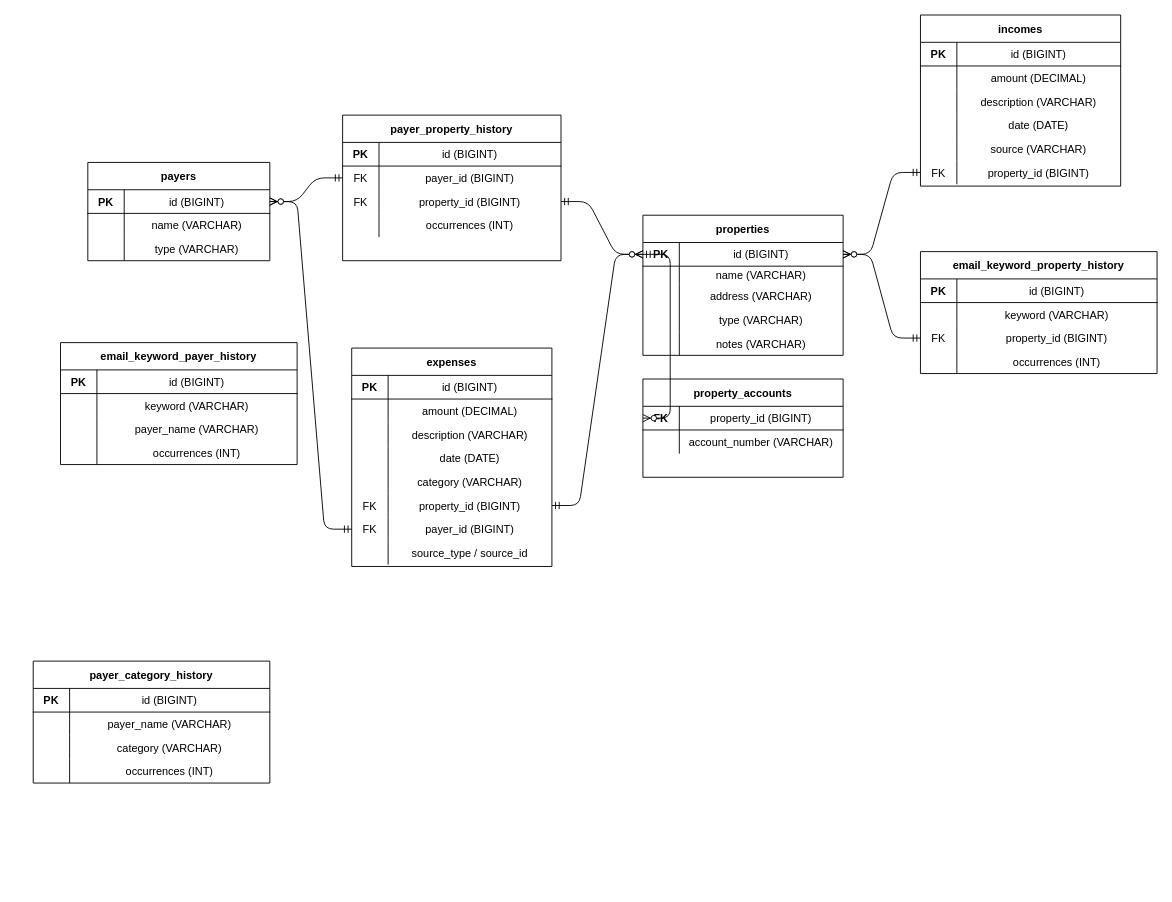
Earlier version of the draw.io diagram diagrams/erd.drawio (jinloes/bookie). Source tidied: cells renumbered, new cells numbered last; positions are measured from the earlier drawing's top-left corner, leaving out a move shared by most shapes. Both pictures are drawn from the tidied source at 91%, with x=0, y=0 at pixel (33, 15).
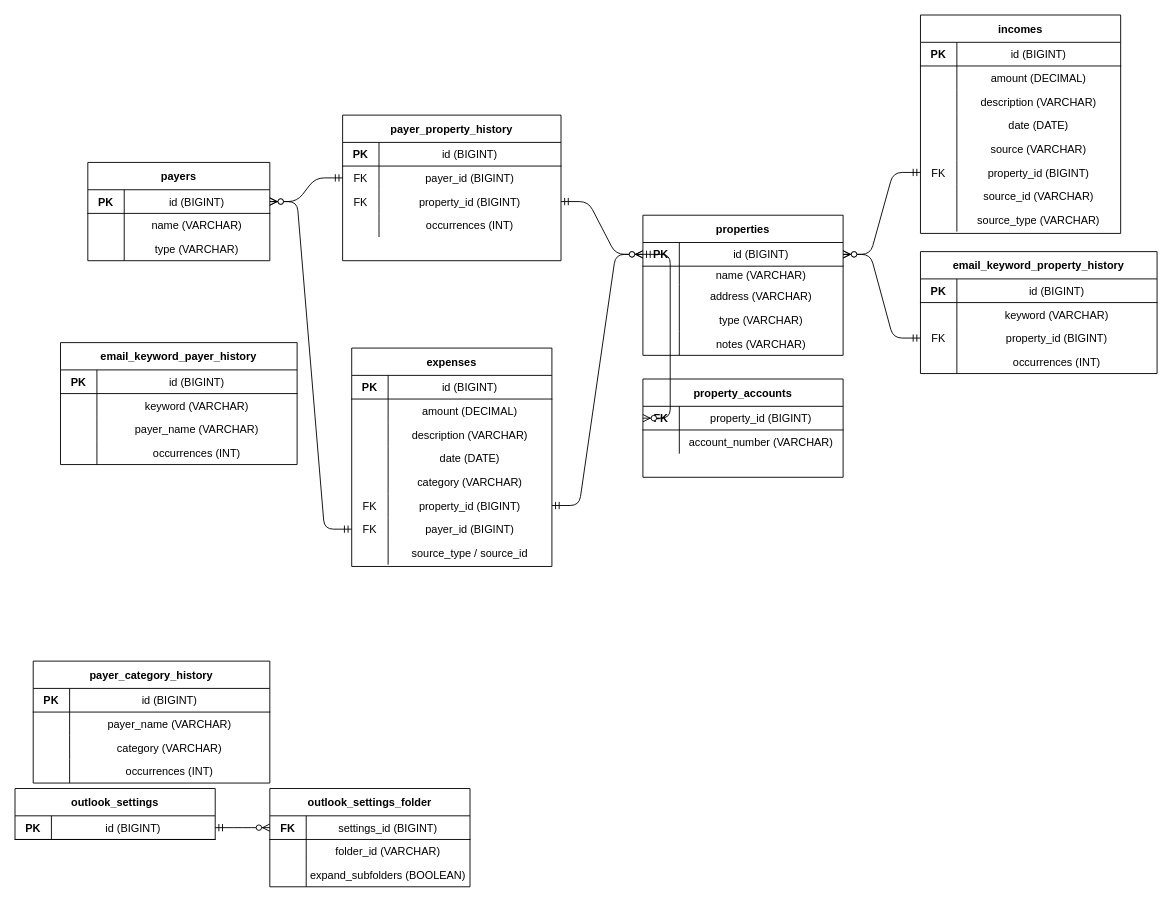
The same page after the edit.

Diff of the diagram source:
```diff
@@
     <mxCell id="53" value="incomes" style="shape=table;startSize=30;childLayout=tableLayout;rowLines=0;fontStyle=1;align=center;" parent="1" vertex="1">
-      <mxGeometry x="975" width="220" height="188" as="geometry" />
+      <mxGeometry x="975" width="220" height="240" as="geometry" />
     </mxCell>
@@
+    <mxCell id="138" style="shape=tableRow;horizontal=0;startSize=0;swimlaneHead=0;swimlaneBody=0;fillColor=none;fontSize=12;top=0;left=0;right=0;bottom=0;" parent="53" vertex="1">
+      <mxGeometry y="186" width="220" height="26" as="geometry" />
+    </mxCell>
+    <mxCell id="139" style="shape=partialRectangle;fillColor=none;top=0;left=0;bottom=0;right=0;overflow=hidden;" parent="138" vertex="1">
+      <mxGeometry width="40" height="26" as="geometry" />
+    </mxCell>
+    <mxCell id="140" value="source_id (VARCHAR)" style="shape=partialRectangle;fillColor=none;top=0;left=0;bottom=0;right=0;overflow=hidden;" parent="138" vertex="1">
+      <mxGeometry x="40" width="180" height="26" as="geometry" />
+    </mxCell>
+    <mxCell id="141" style="shape=tableRow;horizontal=0;startSize=0;swimlaneHead=0;swimlaneBody=0;fillColor=none;fontSize=12;top=0;left=0;right=0;bottom=0;" parent="53" vertex="1">
+      <mxGeometry y="212" width="220" height="26" as="geometry" />
+    </mxCell>
+    <mxCell id="142" style="shape=partialRectangle;fillColor=none;top=0;left=0;bottom=0;right=0;overflow=hidden;" parent="141" vertex="1">
+      <mxGeometry width="40" height="26" as="geometry" />
+    </mxCell>
+    <mxCell id="143" value="source_type (VARCHAR)" style="shape=partialRectangle;fillColor=none;top=0;left=0;bottom=0;right=0;overflow=hidden;" parent="141" vertex="1">
+      <mxGeometry x="40" width="180" height="26" as="geometry" />
+    </mxCell>
@@
+    <mxCell id="144" value="outlook_settings" style="shape=table;startSize=30;childLayout=tableLayout;rowLines=0;fontStyle=1;align=center;" parent="1" vertex="1">
+      <mxGeometry x="-20" y="850" width="220" height="56" as="geometry" />
+    </mxCell>
+    <mxCell id="145" style="shape=tableRow;horizontal=0;startSize=0;swimlaneHead=0;swimlaneBody=0;fillColor=none;points=[[0,0.5],[1,0.5]];portConstraint=eastwest;fontSize=12;top=0;left=0;right=0;bottom=1;" parent="144" vertex="1">
+      <mxGeometry y="30" width="220" height="26" as="geometry" />
+    </mxCell>
+    <mxCell id="146" value="PK" style="shape=partialRectangle;fillColor=none;top=0;left=0;bottom=0;right=0;fontStyle=1;overflow=hidden;" parent="145" vertex="1">
+      <mxGeometry width="40" height="26" as="geometry" />
+    </mxCell>
+    <mxCell id="147" value="id (BIGINT)" style="shape=partialRectangle;fillColor=none;top=0;left=0;bottom=0;right=0;overflow=hidden;" parent="145" vertex="1">
+      <mxGeometry x="40" width="180" height="26" as="geometry" />
+    </mxCell>
+    <mxCell id="148" value="outlook_settings_folder" style="shape=table;startSize=30;childLayout=tableLayout;rowLines=0;fontStyle=1;align=center;" parent="1" vertex="1">
+      <mxGeometry x="260" y="850" width="220" height="108" as="geometry" />
+    </mxCell>
+    <mxCell id="149" style="shape=tableRow;horizontal=0;startSize=0;swimlaneHead=0;swimlaneBody=0;fillColor=none;points=[[0,0.5],[1,0.5]];portConstraint=eastwest;fontSize=12;top=0;left=0;right=0;bottom=1;" parent="148" vertex="1">
+      <mxGeometry y="30" width="220" height="26" as="geometry" />
+    </mxCell>
+    <mxCell id="150" value="FK" style="shape=partialRectangle;fillColor=none;top=0;left=0;bottom=0;right=0;fontStyle=1;overflow=hidden;" parent="149" vertex="1">
+      <mxGeometry width="40" height="26" as="geometry" />
+    </mxCell>
+    <mxCell id="151" value="settings_id (BIGINT)" style="shape=partialRectangle;fillColor=none;top=0;left=0;bottom=0;right=0;overflow=hidden;" parent="149" vertex="1">
+      <mxGeometry x="40" width="180" height="26" as="geometry" />
+    </mxCell>
+    <mxCell id="152" style="shape=tableRow;horizontal=0;startSize=0;swimlaneHead=0;swimlaneBody=0;fillColor=none;fontSize=12;top=0;left=0;right=0;bottom=0;" parent="148" vertex="1">
+      <mxGeometry y="56" width="220" height="26" as="geometry" />
+    </mxCell>
+    <mxCell id="153" style="shape=partialRectangle;fillColor=none;top=0;left=0;bottom=0;right=0;overflow=hidden;" parent="152" vertex="1">
+      <mxGeometry width="40" height="26" as="geometry" />
+    </mxCell>
+    <mxCell id="154" value="folder_id (VARCHAR)" style="shape=partialRectangle;fillColor=none;top=0;left=0;bottom=0;right=0;overflow=hidden;" parent="152" vertex="1">
+      <mxGeometry x="40" width="180" height="26" as="geometry" />
+    </mxCell>
+    <mxCell id="155" style="shape=tableRow;horizontal=0;startSize=0;swimlaneHead=0;swimlaneBody=0;fillColor=none;fontSize=12;top=0;left=0;right=0;bottom=0;" parent="148" vertex="1">
+      <mxGeometry y="82" width="220" height="26" as="geometry" />
+    </mxCell>
+    <mxCell id="156" style="shape=partialRectangle;fillColor=none;top=0;left=0;bottom=0;right=0;overflow=hidden;" parent="155" vertex="1">
+      <mxGeometry width="40" height="26" as="geometry" />
+    </mxCell>
+    <mxCell id="157" value="expand_subfolders (BOOLEAN)" style="shape=partialRectangle;fillColor=none;top=0;left=0;bottom=0;right=0;overflow=hidden;" parent="155" vertex="1">
+      <mxGeometry x="40" width="180" height="26" as="geometry" />
+    </mxCell>
+    <mxCell id="158" style="edgeStyle=entityRelationEdgeStyle;endArrow=ERzeroToMany;startArrow=ERmandOne;exitX=1;exitY=0.5;entryX=0;entryY=0.5;" parent="1" edge="1" source="145" target="149">
+      <mxGeometry relative="1" as="geometry" />
+    </mxCell>
```
